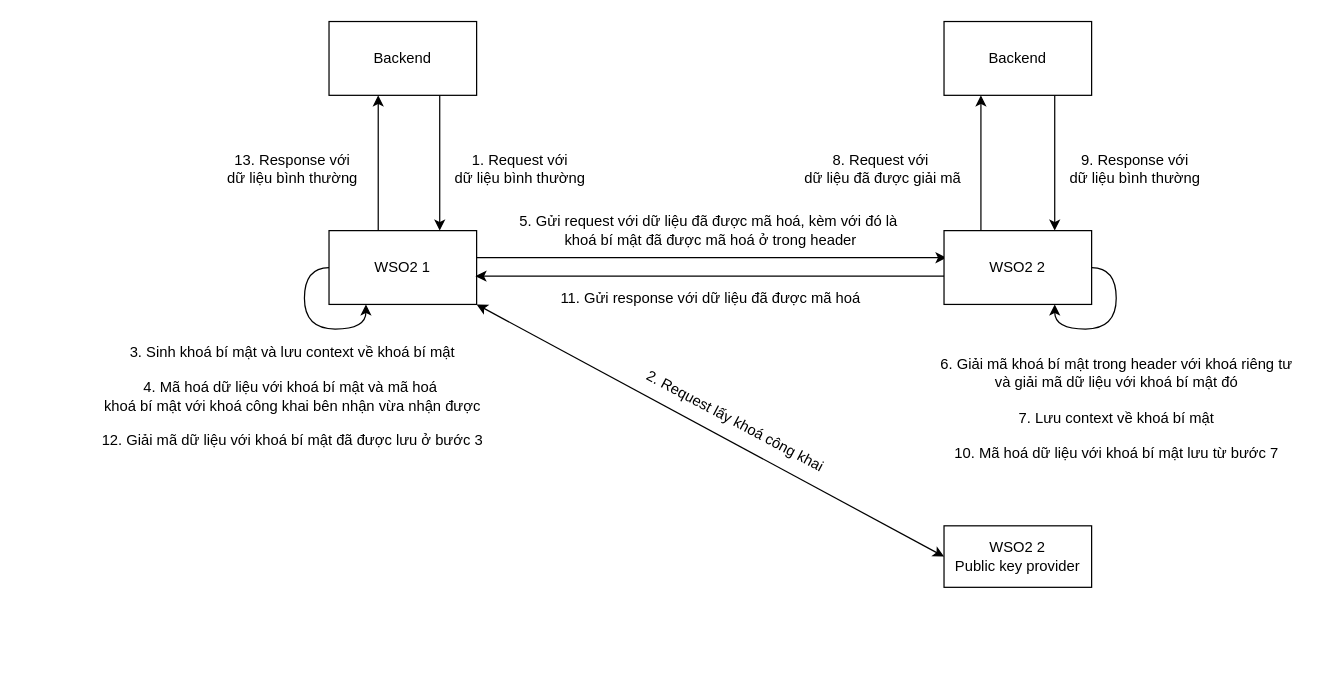
Earlier version of the draw.io diagram page "RSA-Vietnamese-Latest" (6 of 6) of test.drawio (tenmo2003/OOAD). Source tidied: cells renumbered, new cells numbered last; positions are measured from the earlier drawing's top-left corner, leaving out a move shared by most shapes. Both pictures are drawn from the tidied source at 123%, with x=0, y=0 at pixel (89, 21).
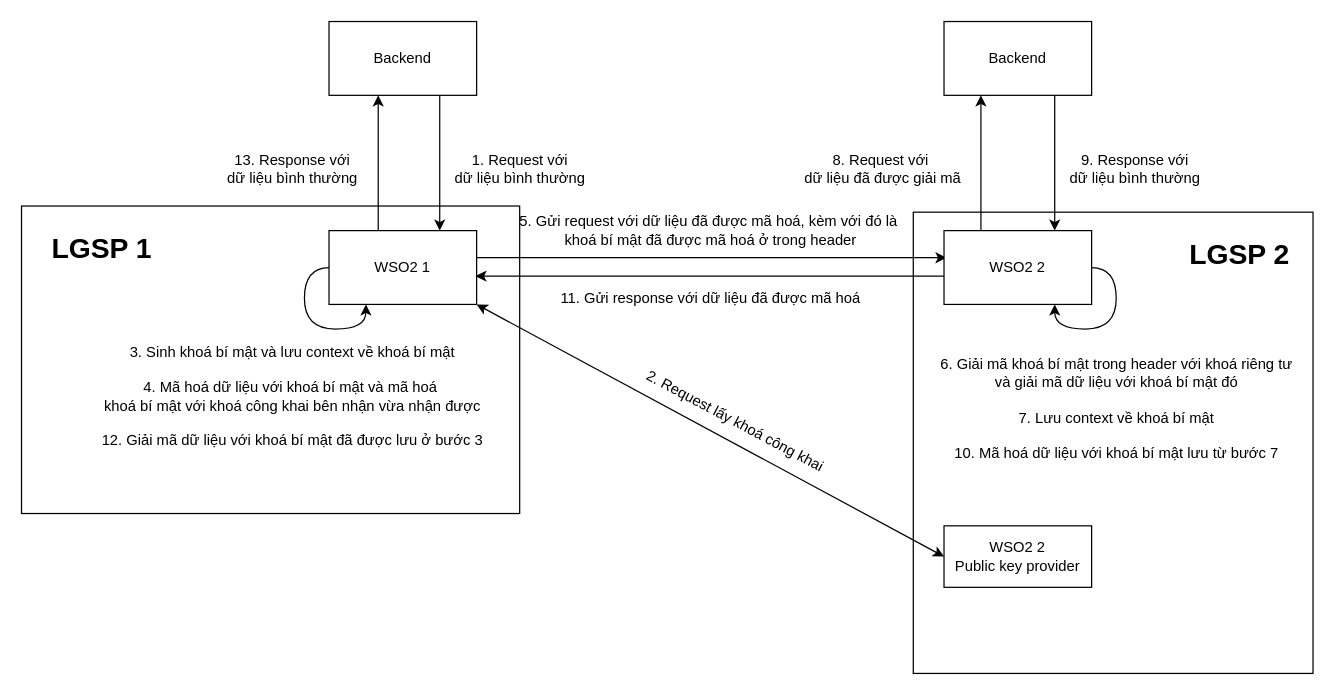
The same diagram, later.

What changed in the source:
```diff
@@
+    <mxCell id="25" style="rounded=0;whiteSpace=wrap;html=1;" parent="1" vertex="1">
+      <mxGeometry x="670" y="155" width="325" height="375" as="geometry" />
+    </mxCell>
+    <mxCell id="26" style="rounded=0;whiteSpace=wrap;html=1;" parent="1" vertex="1">
+      <mxGeometry x="-55" y="150" width="405" height="250" as="geometry" />
+    </mxCell>
@@
+    <mxCell id="27" value="&lt;b style=&quot;font-size: 23px;&quot;&gt;LGSP 1&lt;/b&gt;" style="text;html=1;align=center;verticalAlign=middle;strokeColor=none;fillColor=none;fontSize=23;" parent="1" vertex="1">
+      <mxGeometry x="-40" y="165" width="100" height="40" as="geometry" />
+    </mxCell>
+    <mxCell id="28" value="&lt;b style=&quot;font-size: 23px;&quot;&gt;LGSP 2&lt;/b&gt;" style="text;html=1;align=center;verticalAlign=middle;strokeColor=none;fillColor=none;fontSize=23;" parent="1" vertex="1">
+      <mxGeometry x="885" y="170" width="100" height="40" as="geometry" />
+    </mxCell>
```
